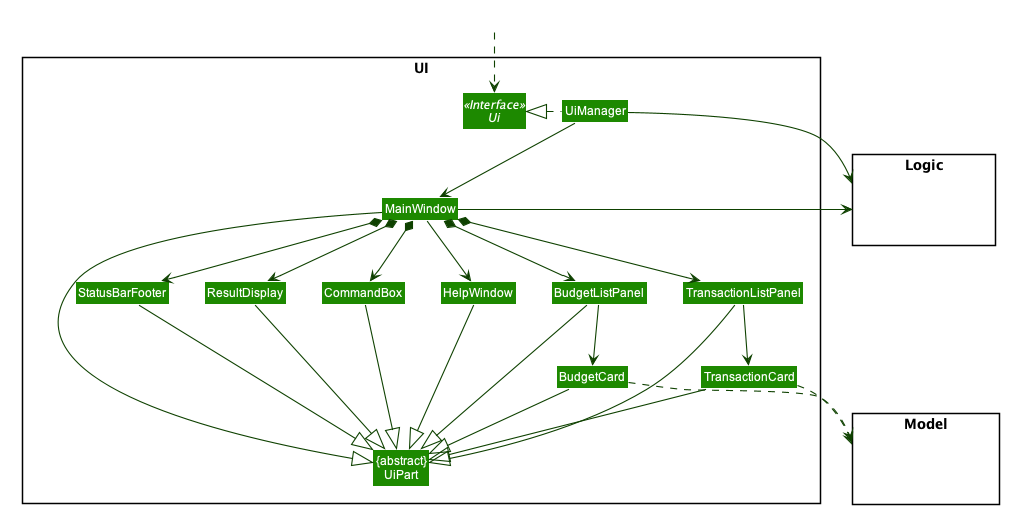
The PlantUML diagram docs/images/UiClassDiagram.png in nus-cs2103-AY1920S1/addressbook-level3, before a commit.
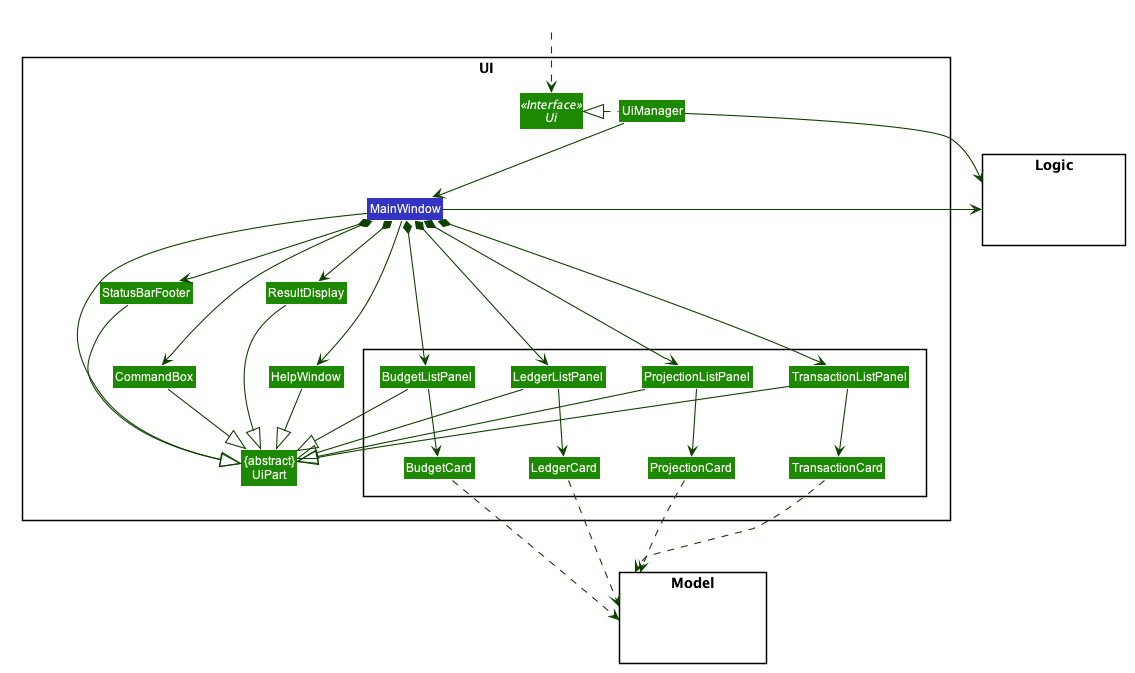
Later version of the same file.

Change to the diagram source:
```diff
@@ -55,15 +55,22 @@
 Interface Ui <<Interface>>
 Class "{abstract}\nUiPart" as UiPart
 Class UiManager
-Class MainWindow
+Class MainWindow #3333C4
 Class HelpWindow
 Class ResultDisplay
+Class StatusBarFooter
+Class CommandBox
+
+package {
 Class TransactionListPanel
 Class TransactionCard
 Class BudgetListPanel
 Class BudgetCard
-Class StatusBarFooter
-Class CommandBox
+Class LedgerListPanel
+Class LedgerCard
+Class ProjectionListPanel
+Class ProjectionCard
+}
 }
 
 package Model <<Rectangle>> {
@@ -84,10 +91,17 @@
 MainWindow *-down-> ResultDisplay
 MainWindow *-down-> TransactionListPanel
 MainWindow *-down-> BudgetListPanel
+MainWindow *-down-> LedgerListPanel
+MainWindow *-down-> ProjectionListPanel
 MainWindow *-down-> StatusBarFooter
+
+StatusBarFooter -[hidden]down-> CommandBox
+ResultDisplay -[hidden]down-> HelpWindow
 
 TransactionListPanel -down-> TransactionCard
 BudgetListPanel -down-> BudgetCard
+ProjectionListPanel -down-> ProjectionCard
+LedgerListPanel -down-> LedgerCard
 
 MainWindow -left-|> UiPart
 
@@ -95,15 +109,20 @@
 CommandBox --|> UiPart
 TransactionListPanel --|> UiPart
 BudgetListPanel --|> UiPart
-TransactionCard --|> UiPart
-BudgetCard --|> UiPart
+LedgerListPanel --|> UiPart
+ProjectionListPanel --|> UiPart
 StatusBarFooter --|> UiPart
 HelpWindow -down-|> UiPart
 
-TransactionCard ..> Model
-BudgetCard ..> Model
+
 UiManager -right-> Logic
-MainWindow -left-> Logic
+MainWindow -right-> Logic
+
+BudgetCard ..down-> Model
+TransactionCard ..down-> Model
+LedgerCard ..down-> Model
+ProjectionCard ..down-> Model
+
 
 TransactionListPanel -[hidden]left- HelpWindow
 BudgetListPanel -[hidden]left- HelpWindow
```
